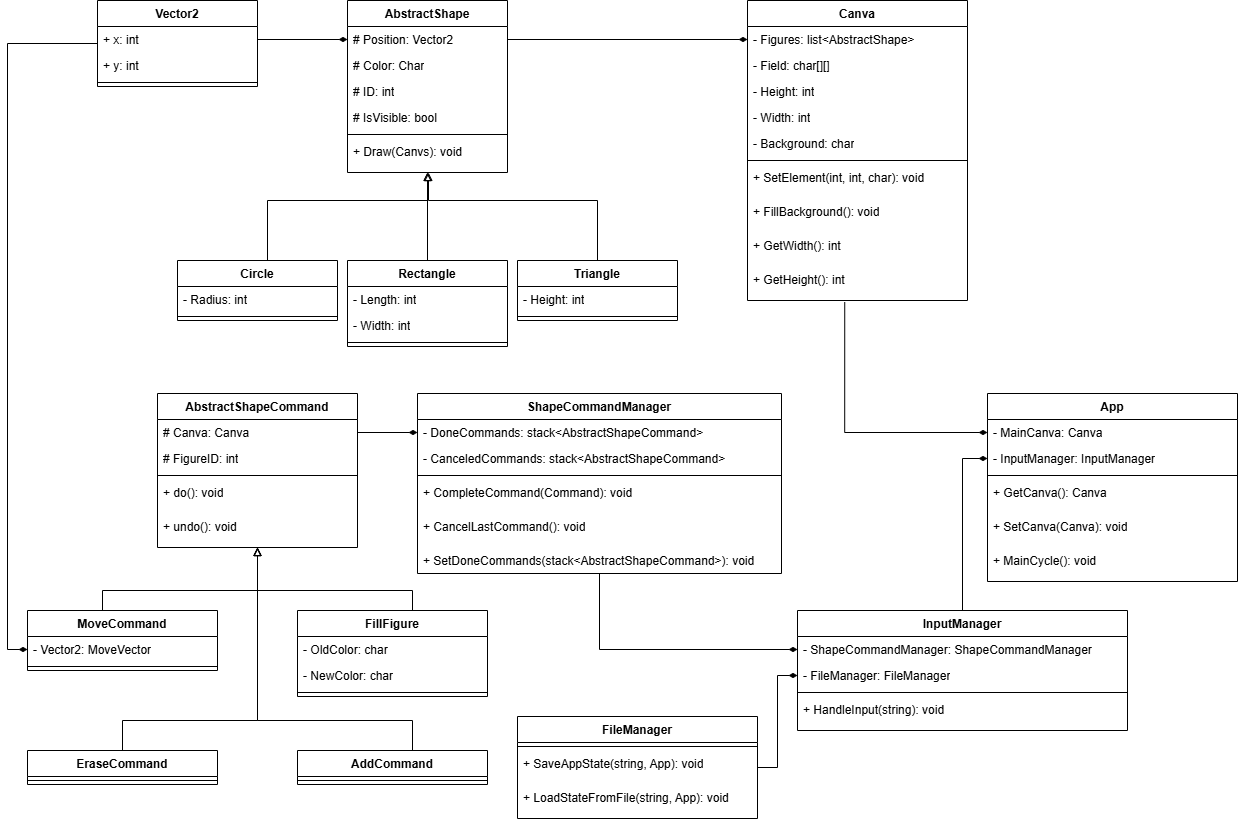
Earlier version of the draw.io export Paint-UML.png (Sonireg/EasyPaint). Source tidied: cells renumbered, new cells last; positions are measured from the earlier drawing's top-left corner, leaving out a move shared by most shapes.
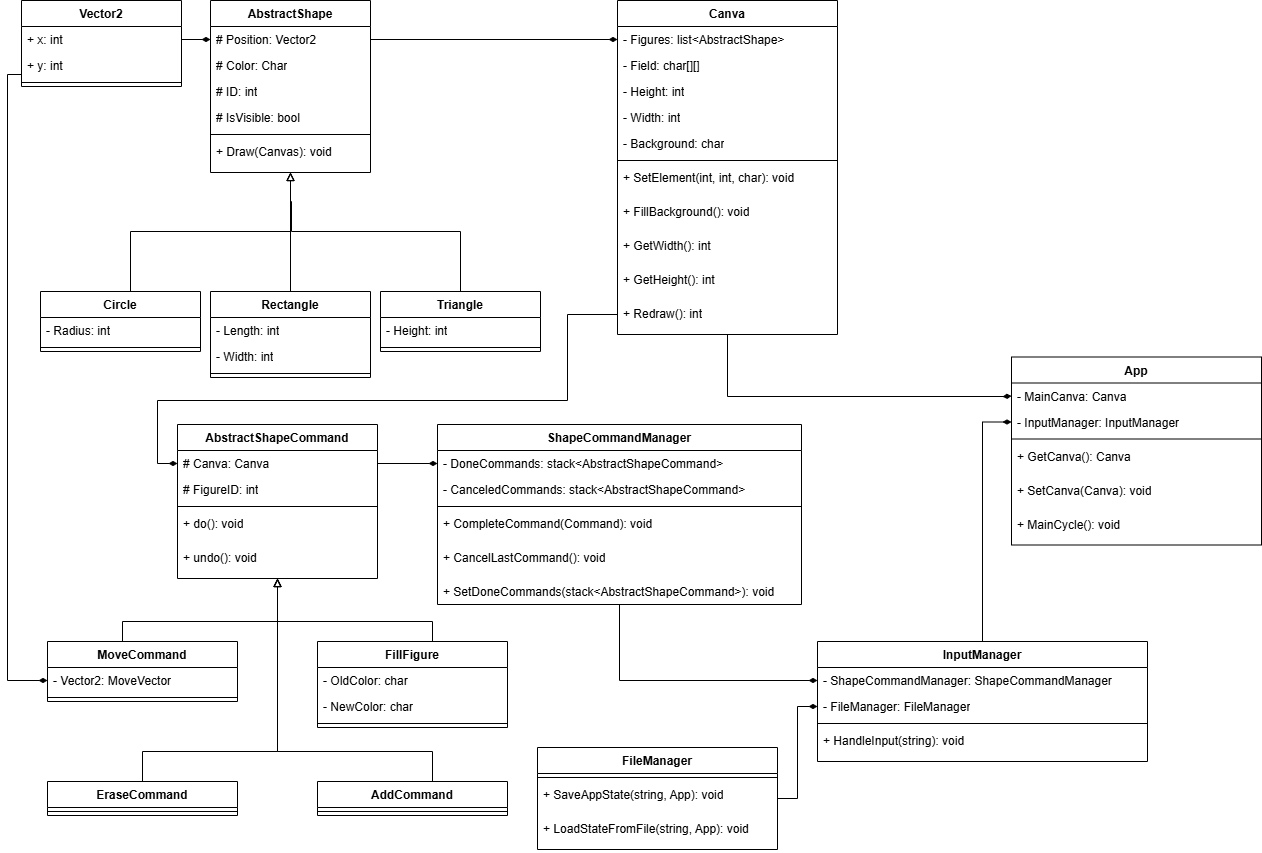
Above is the later version.

The edit, as a diff of the source:
```diff
@@ -3,7 +3,7 @@
     <mxCell id="0" />
     <mxCell id="1" parent="0" />
     <mxCell id="2" value="AbstractShape" style="swimlane;fontStyle=1;align=center;verticalAlign=top;horizontal=1;startSize=26;whiteSpace=wrap;html=1;" parent="1" vertex="1">
-      <mxGeometry x="340" width="160" height="172" as="geometry" />
+      <mxGeometry x="183" y="-31" width="160" height="172" as="geometry" />
     </mxCell>
     <mxCell id="3" value="# Position: Vector2" style="text;strokeColor=none;fillColor=none;align=left;verticalAlign=top;spacingLeft=4;spacingRight=4;overflow=hidden;points=[[0,0.5],[1,0.5]];portConstraint=eastwest;whiteSpace=wrap;html=1;" parent="2" vertex="1">
       <mxGeometry y="26" width="160" height="26" as="geometry" />
@@ -20,19 +20,19 @@
     <mxCell id="7" style="line;strokeWidth=1;fillColor=none;align=left;verticalAlign=middle;spacingTop=-1;spacingLeft=3;spacingRight=3;labelPosition=right;strokeColor=inherit;" parent="2" vertex="1">
       <mxGeometry y="130" width="160" height="8" as="geometry" />
     </mxCell>
-    <mxCell id="8" value="+ Draw(Canvs): void" style="text;strokeColor=none;fillColor=none;align=left;verticalAlign=top;spacingLeft=4;spacingRight=4;overflow=hidden;whiteSpace=wrap;html=1;" parent="2" vertex="1">
+    <mxCell id="8" value="+ Draw(Canvas): void" style="text;strokeColor=none;fillColor=none;align=left;verticalAlign=top;spacingLeft=4;spacingRight=4;overflow=hidden;whiteSpace=wrap;html=1;" parent="2" vertex="1">
       <mxGeometry y="138" width="160" height="34" as="geometry" />
     </mxCell>
     <mxCell id="9" style="edgeStyle=orthogonalEdgeStyle;rounded=0;jettySize=auto;html=1;endArrow=block;endFill=0;" parent="1" edge="1" source="10" target="2">
       <mxGeometry relative="1" as="geometry">
         <Array as="points">
-          <mxPoint x="260" y="200" />
-          <mxPoint x="420" y="200" />
+          <mxPoint x="103" y="200" />
+          <mxPoint x="263" y="200" />
         </Array>
       </mxGeometry>
     </mxCell>
     <mxCell id="10" value="Circle" style="swimlane;fontStyle=1;align=center;verticalAlign=top;horizontal=1;startSize=26;whiteSpace=wrap;html=1;" parent="1" vertex="1">
-      <mxGeometry x="170" y="260" width="160" height="60" as="geometry" />
+      <mxGeometry x="13" y="260" width="160" height="60" as="geometry" />
     </mxCell>
     <mxCell id="11" value="- Radius: int" style="text;strokeColor=none;fillColor=none;align=left;verticalAlign=top;spacingLeft=4;spacingRight=4;overflow=hidden;whiteSpace=wrap;html=1;" parent="10" vertex="1">
       <mxGeometry y="26" width="160" height="26" as="geometry" />
@@ -43,13 +43,13 @@
     <mxCell id="13" style="edgeStyle=orthogonalEdgeStyle;rounded=0;jettySize=auto;html=1;endArrow=block;endFill=0;" parent="1" edge="1" source="14" target="2">
       <mxGeometry relative="1" as="geometry">
         <Array as="points">
-          <mxPoint x="420" y="260" />
-          <mxPoint x="420" y="260" />
+          <mxPoint x="263" y="260" />
+          <mxPoint x="263" y="260" />
         </Array>
       </mxGeometry>
     </mxCell>
     <mxCell id="14" value="Rectangle" style="swimlane;fontStyle=1;align=center;verticalAlign=top;horizontal=1;startSize=26;whiteSpace=wrap;html=1;" parent="1" vertex="1">
-      <mxGeometry x="340" y="260" width="160" height="86" as="geometry" />
+      <mxGeometry x="183" y="260" width="160" height="86" as="geometry" />
     </mxCell>
     <mxCell id="15" value="- Length: int" style="text;strokeColor=none;fillColor=none;align=left;verticalAlign=top;spacingLeft=4;spacingRight=4;overflow=hidden;whiteSpace=wrap;html=1;" parent="14" vertex="1">
       <mxGeometry y="26" width="160" height="26" as="geometry" />
@@ -63,15 +63,15 @@
     <mxCell id="18" style="edgeStyle=orthogonalEdgeStyle;rounded=0;jettySize=auto;html=1;exitX=0.5;exitY=0;exitDx=0;exitDy=0;endArrow=block;endFill=0;" parent="1" edge="1" source="19" target="2">
       <mxGeometry relative="1" as="geometry">
         <Array as="points">
-          <mxPoint x="590" y="200" />
-          <mxPoint x="421" y="200" />
-          <mxPoint x="421" y="170" />
-          <mxPoint x="420" y="170" />
+          <mxPoint x="433" y="200" />
+          <mxPoint x="264" y="200" />
+          <mxPoint x="264" y="170" />
+          <mxPoint x="263" y="170" />
         </Array>
       </mxGeometry>
     </mxCell>
     <mxCell id="19" value="Triangle" style="swimlane;fontStyle=1;align=center;verticalAlign=top;horizontal=1;startSize=26;whiteSpace=wrap;html=1;" parent="1" vertex="1">
-      <mxGeometry x="510" y="260" width="160" height="60" as="geometry" />
+      <mxGeometry x="353" y="260" width="160" height="60" as="geometry" />
     </mxCell>
     <mxCell id="20" value="- Height: int" style="text;strokeColor=none;fillColor=none;align=left;verticalAlign=top;spacingLeft=4;spacingRight=4;overflow=hidden;whiteSpace=wrap;html=1;" parent="19" vertex="1">
       <mxGeometry y="26" width="160" height="26" as="geometry" />
@@ -98,7 +98,7 @@
       <mxGeometry y="120" width="200" height="34" as="geometry" />
     </mxCell>
     <mxCell id="28" value="Vector2" style="swimlane;fontStyle=1;align=center;verticalAlign=top;horizontal=1;startSize=26;whiteSpace=wrap;html=1;" parent="1" vertex="1">
-      <mxGeometry x="90" width="160" height="86" as="geometry" />
+      <mxGeometry x="-6" y="-31" width="160" height="86" as="geometry" />
     </mxCell>
     <mxCell id="29" value="+ x: int" style="text;strokeColor=none;fillColor=none;align=left;verticalAlign=top;spacingLeft=4;spacingRight=4;overflow=hidden;points=[[0,0.5],[1,0.5]];portConstraint=eastwest;whiteSpace=wrap;html=1;" parent="28" vertex="1">
       <mxGeometry y="26" width="160" height="26" as="geometry" />
@@ -176,7 +176,7 @@
       <mxGeometry y="78" width="190" height="8" as="geometry" />
     </mxCell>
     <mxCell id="47" value="Canva" style="swimlane;fontStyle=1;align=center;verticalAlign=top;horizontal=1;startSize=26;whiteSpace=wrap;html=1;" parent="1" vertex="1">
-      <mxGeometry x="740" width="220" height="300" as="geometry" />
+      <mxGeometry x="590" y="-31" width="220" height="334" as="geometry" />
     </mxCell>
     <mxCell id="48" value="- Figures: list&amp;lt;AbstractShape&amp;gt;" style="text;strokeColor=none;fillColor=none;align=left;verticalAlign=top;spacingLeft=4;spacingRight=4;overflow=hidden;points=[[0,0.5],[1,0.5]];portConstraint=eastwest;whiteSpace=wrap;html=1;" parent="47" vertex="1">
       <mxGeometry y="26" width="220" height="26" as="geometry" />
@@ -208,6 +208,9 @@
     <mxCell id="57" value="+ GetHeight(): int" style="text;strokeColor=none;fillColor=none;align=left;verticalAlign=top;spacingLeft=4;spacingRight=4;overflow=hidden;points=[[0,0.5],[1,0.5]];portConstraint=eastwest;whiteSpace=wrap;html=1;" parent="47" vertex="1">
       <mxGeometry y="266" width="220" height="34" as="geometry" />
     </mxCell>
+    <mxCell id="89" value="+ Redraw(): int" style="text;strokeColor=none;fillColor=none;align=left;verticalAlign=top;spacingLeft=4;spacingRight=4;overflow=hidden;whiteSpace=wrap;html=1;" parent="47" vertex="1">
+      <mxGeometry y="300" width="220" height="34" as="geometry" />
+    </mxCell>
     <mxCell id="58" style="edgeStyle=orthogonalEdgeStyle;rounded=0;jettySize=auto;html=1;exitX=1;exitY=0.5;exitDx=0;exitDy=0;entryX=0;entryY=0.5;entryDx=0;entryDy=0;endArrow=diamondThin;endFill=1;" parent="1" edge="1" source="29" target="3">
       <mxGeometry relative="1" as="geometry" />
     </mxCell>
@@ -215,7 +218,7 @@
       <mxGeometry relative="1" as="geometry" />
     </mxCell>
     <mxCell id="60" value="App" style="swimlane;fontStyle=1;align=center;verticalAlign=top;horizontal=1;startSize=26;whiteSpace=wrap;html=1;" parent="1" vertex="1">
-      <mxGeometry x="980" y="393" width="250" height="188" as="geometry" />
+      <mxGeometry x="984" y="325.5" width="250" height="188" as="geometry" />
     </mxCell>
     <mxCell id="61" value="- MainCanva: Canva" style="text;strokeColor=none;fillColor=none;align=left;verticalAlign=top;spacingLeft=4;spacingRight=4;overflow=hidden;points=[[0,0.5],[1,0.5]];portConstraint=eastwest;whiteSpace=wrap;html=1;" parent="60" vertex="1">
       <mxGeometry y="26" width="250" height="26" as="geometry" />
@@ -259,10 +262,11 @@
     <mxCell id="74" style="edgeStyle=orthogonalEdgeStyle;rounded=0;jettySize=auto;html=1;exitX=1;exitY=0.5;exitDx=0;exitDy=0;endArrow=diamondThin;endFill=1;entryX=0;entryY=0.5;entryDx=0;entryDy=0;" parent="1" edge="1" source="23" target="68">
       <mxGeometry relative="1" as="geometry" />
     </mxCell>
-    <mxCell id="75" style="edgeStyle=orthogonalEdgeStyle;rounded=0;jettySize=auto;html=1;exitX=0.442;exitY=1.049;exitDx=0;exitDy=0;entryX=0;entryY=0.5;entryDx=0;entryDy=0;endArrow=diamondThin;endFill=1;exitPerimeter=0;" parent="1" edge="1" source="57" target="61">
+    <mxCell id="75" style="edgeStyle=orthogonalEdgeStyle;rounded=0;jettySize=auto;html=1;entryX=0;entryY=0.5;entryDx=0;entryDy=0;endArrow=diamondThin;endFill=1;" parent="1" edge="1" source="47" target="61">
       <mxGeometry relative="1" as="geometry">
         <Array as="points">
-          <mxPoint x="837" y="432" />
+          <mxPoint x="700" y="365" />
+          <mxPoint x="977" y="365" />
         </Array>
       </mxGeometry>
     </mxCell>
@@ -305,10 +309,20 @@
     <mxCell id="88" style="edgeStyle=orthogonalEdgeStyle;rounded=0;jettySize=auto;html=1;entryX=0;entryY=0.5;entryDx=0;entryDy=0;endArrow=diamondThin;endFill=1;" parent="1" edge="1" source="28" target="34">
       <mxGeometry relative="1" as="geometry">
         <Array as="points">
-          <mxPoint y="43" />
-          <mxPoint y="649" />
+          <mxPoint x="-20" y="43" />
+          <mxPoint x="-20" y="649" />
         </Array>
       </mxGeometry>
     </mxCell>
+    <mxCell id="90" style="edgeStyle=orthogonalEdgeStyle;rounded=0;jettySize=auto;html=1;entryX=0;entryY=0.5;entryDx=0;entryDy=0;endArrow=diamondThin;endFill=1;" parent="1" edge="1" source="47" target="23">
+      <mxGeometry relative="1" as="geometry">
+        <Array as="points">
+          <mxPoint x="540" y="283" />
+          <mxPoint x="540" y="369" />
+          <mxPoint x="130" y="369" />
+          <mxPoint x="130" y="432" />
+        </Array>
+      </mxGeometry>
+    </mxCell>
   </root>
 </mxGraphModel>
```
